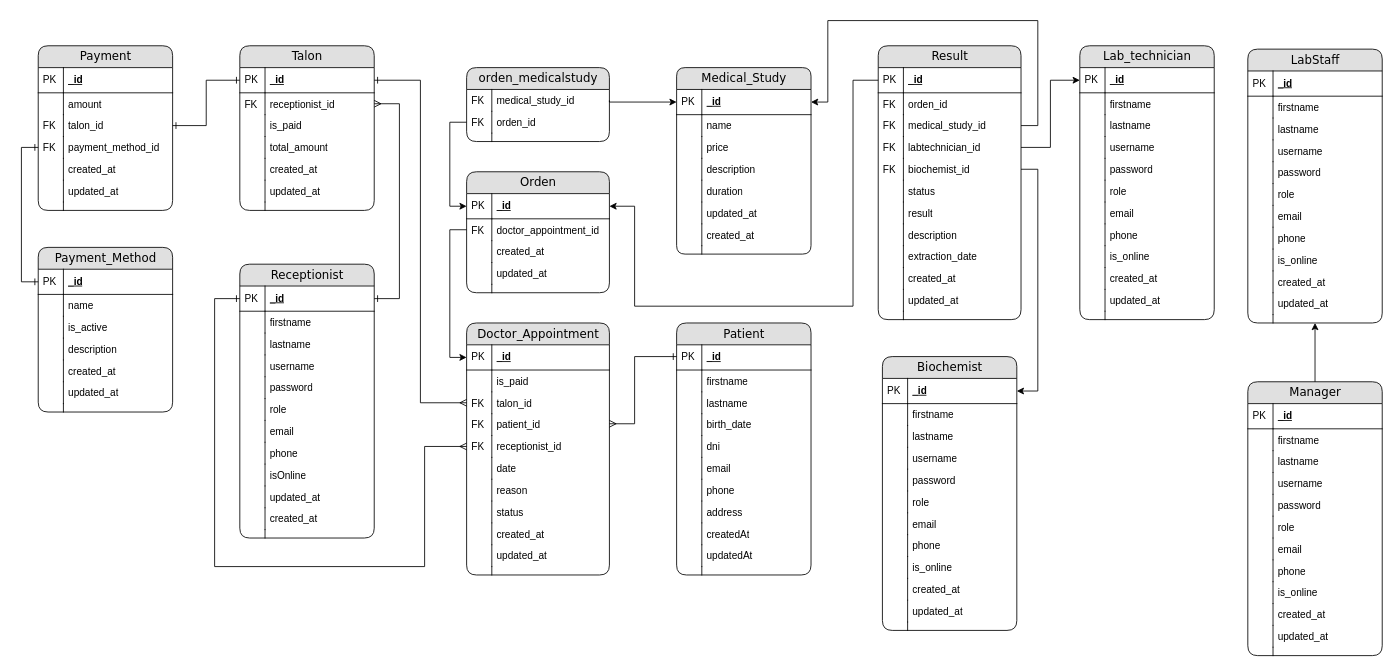
This is driagrama entidad relacion.drawio from EmanuelRigo/lab-patient-system, a draw.io file, before an edit. Source tidied: cells renumbered, new cells numbered last; positions are measured from the earlier drawing's top-left corner, leaving out a move shared by most shapes. Both pictures are drawn from the tidied source at 84%, with x=0, y=0 at pixel (38, 20).
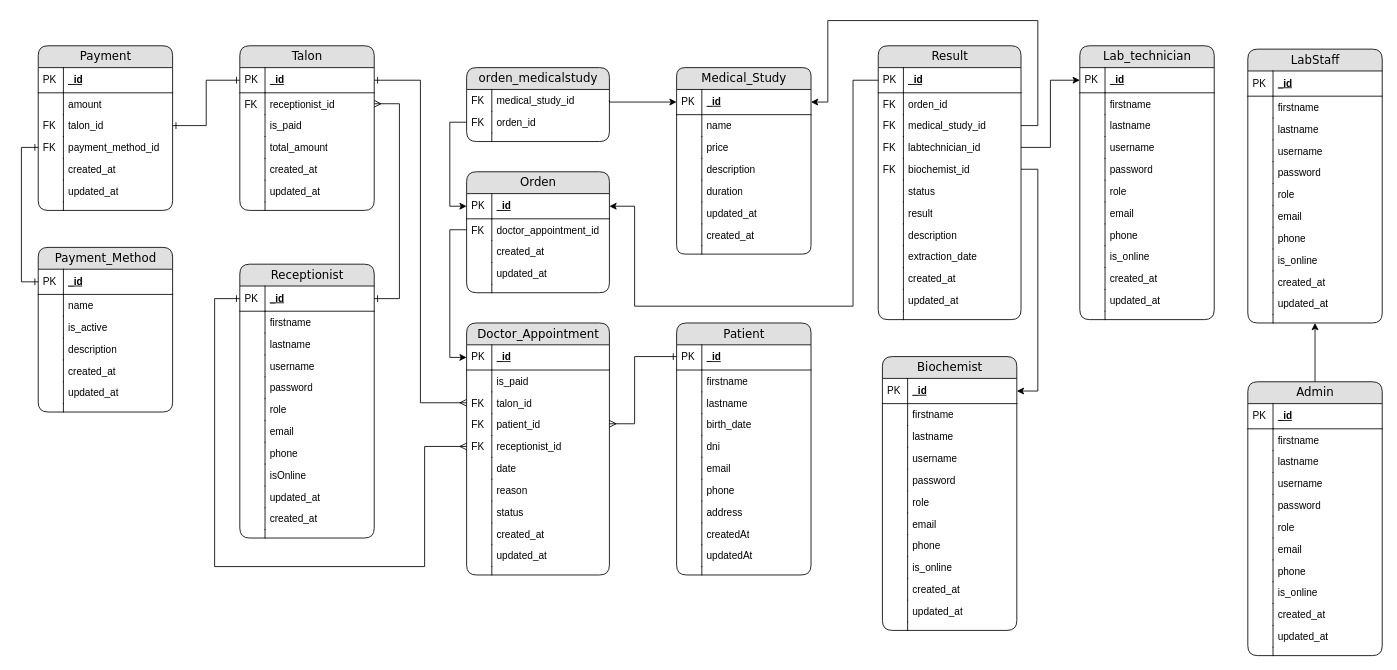
After the change.

Change to the diagram source:
```diff
@@
-    <mxCell id="2" value="Manager" style="swimlane;html=1;fontStyle=0;horizontal=1;startSize=26;fillColor=#e0e0e0;swimlaneFillColor=#ffffff;align=center;rounded=1;shadow=0;comic=0;labelBackgroundColor=none;strokeWidth=1;fontFamily=Verdana;fontSize=14;gradientColor=none;" parent="1" vertex="1">
+    <mxCell id="2" value="Admin" style="swimlane;html=1;fontStyle=0;horizontal=1;startSize=26;fillColor=#e0e0e0;swimlaneFillColor=#ffffff;align=center;rounded=1;shadow=0;comic=0;labelBackgroundColor=none;strokeWidth=1;fontFamily=Verdana;fontSize=14;gradientColor=none;" parent="1" vertex="1">
       <mxGeometry x="1440" y="430" width="160" height="326" as="geometry" />
     </mxCell>
```
